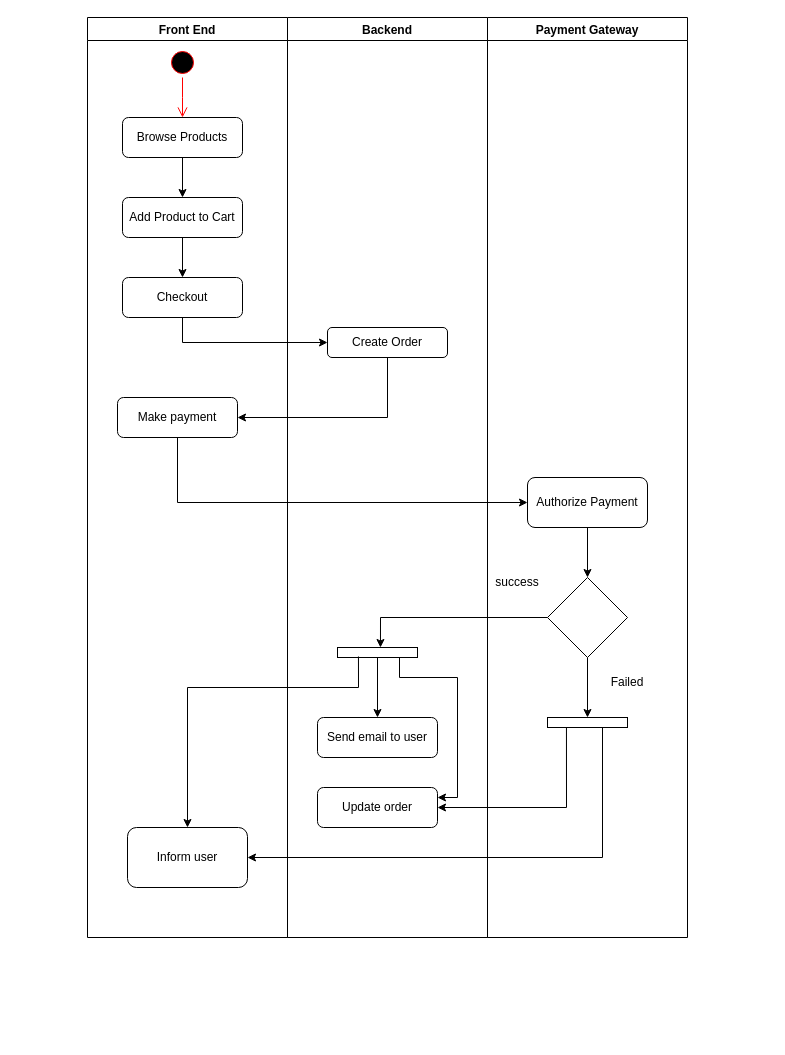
This is page "Activity Diagram" (2 of 2) of designs/ecommerce.drawio from JS-Hub-ZW/E-Commerce-ZW, a draw.io file, before an edit. Source tidied: cells renumbered, new cells numbered last; positions are measured from the earlier drawing's top-left corner, leaving out a move shared by most shapes. Both pictures are drawn from the tidied source at 100%, with x=0, y=0 at pixel (87, 17).
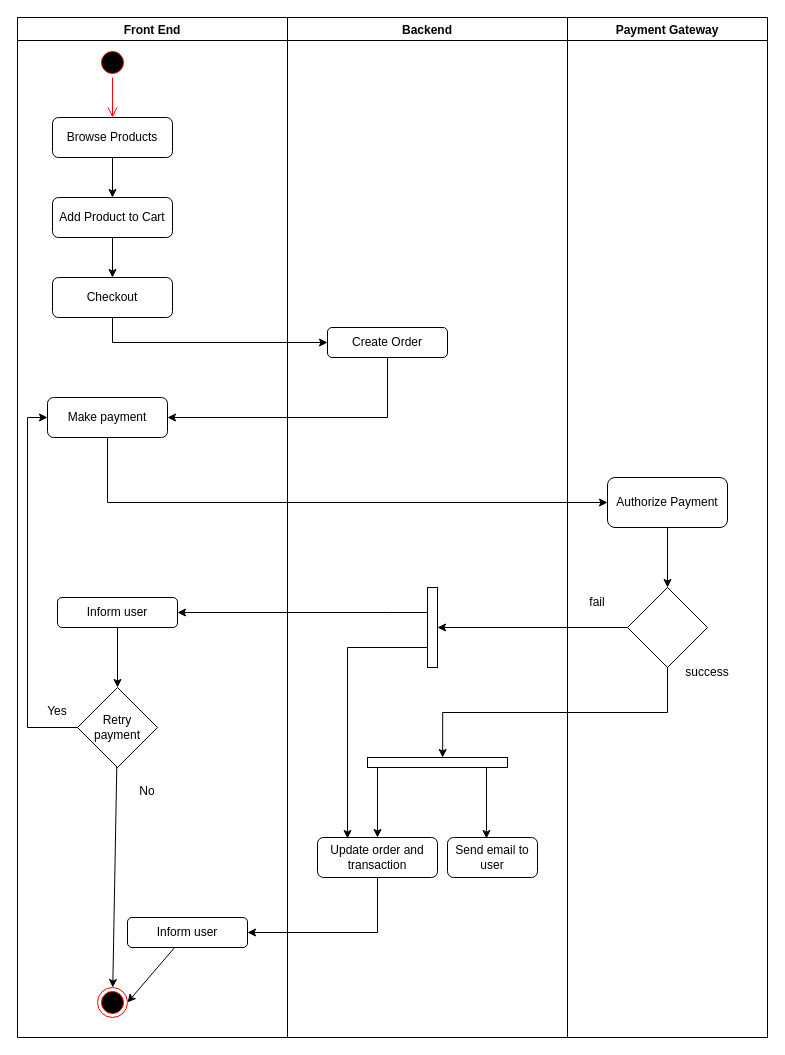
The same diagram, later.

Commit message:
Allow user to retry payment

Unchanged cells that the change refers to:
```xml
<mxCell id="10" value="Make payment" style="rounded=1;whiteSpace=wrap;html=1;sketch=0;" parent="2" vertex="1">
  <mxGeometry x="30" y="380" width="120" height="40" as="geometry" />
</mxCell>
```

What changed in the source:
```diff
@@
     <mxCell id="2" value="Front End" style="swimlane;sketch=0;startSize=23;" parent="1" vertex="1">
-      <mxGeometry width="200" height="920" as="geometry" />
+      <mxGeometry x="-70" width="270" height="1020" as="geometry" />
     </mxCell>
@@
-    <mxCell id="11" value="Inform user" style="rounded=1;whiteSpace=wrap;html=1;sketch=0;" parent="2" vertex="1">
-      <mxGeometry x="40" y="810" width="120" height="60" as="geometry" />
-    </mxCell>
+    <mxCell id="34" style="edgeStyle=orthogonalEdgeStyle;rounded=0;sketch=0;jettySize=auto;html=1;entryX=0.5;entryY=0;entryDx=0;entryDy=0;" parent="2" edge="1" source="35" target="38">
+      <mxGeometry relative="1" as="geometry" />
+    </mxCell>
+    <mxCell id="35" value="Inform user" style="rounded=1;whiteSpace=wrap;html=1;sketch=0;" parent="2" vertex="1">
+      <mxGeometry x="40" y="580" width="120" height="30" as="geometry" />
+    </mxCell>
+    <mxCell id="36" style="edgeStyle=orthogonalEdgeStyle;rounded=0;sketch=0;jettySize=auto;html=1;entryX=0;entryY=0.5;entryDx=0;entryDy=0;exitX=0;exitY=0.5;exitDx=0;exitDy=0;" parent="2" edge="1" source="38" target="10">
+      <mxGeometry relative="1" as="geometry" />
+    </mxCell>
+    <mxCell id="37" style="edgeStyle=none;rounded=0;sketch=0;jettySize=auto;html=1;" parent="2" edge="1" source="38" target="41">
+      <mxGeometry relative="1" as="geometry" />
+    </mxCell>
+    <mxCell id="38" value="Retry payment" style="rhombus;whiteSpace=wrap;html=1;sketch=0;" parent="2" vertex="1">
+      <mxGeometry x="60" y="670" width="80" height="80" as="geometry" />
+    </mxCell>
+    <mxCell id="39" style="rounded=0;sketch=0;jettySize=auto;html=1;entryX=1;entryY=0.5;entryDx=0;entryDy=0;" parent="2" edge="1" source="40" target="41">
+      <mxGeometry relative="1" as="geometry" />
+    </mxCell>
+    <mxCell id="40" value="Inform user" style="rounded=1;whiteSpace=wrap;html=1;sketch=0;" parent="2" vertex="1">
+      <mxGeometry x="110" y="900" width="120" height="30" as="geometry" />
+    </mxCell>
+    <mxCell id="41" style="ellipse;html=1;shape=endState;fillColor=#000000;strokeColor=#ff0000;sketch=0;" parent="2" vertex="1">
+      <mxGeometry x="80" y="970" width="30" height="30" as="geometry" />
+    </mxCell>
+    <mxCell id="42" value="No" style="text;align=center;fontStyle=0;verticalAlign=middle;spacingLeft=3;spacingRight=3;strokeColor=none;sketch=0;" parent="2" vertex="1">
+      <mxGeometry x="90" y="760" width="80" height="26" as="geometry" />
+    </mxCell>
+    <mxCell id="43" value="Yes" style="text;align=center;fontStyle=0;verticalAlign=middle;spacingLeft=3;spacingRight=3;strokeColor=none;sketch=0;" parent="2" vertex="1">
+      <mxGeometry y="680" width="80" height="26" as="geometry" />
+    </mxCell>
     <mxCell id="12" value="Backend" style="swimlane;sketch=0;" parent="1" vertex="1">
-      <mxGeometry x="200" width="200" height="920" as="geometry" />
+      <mxGeometry x="200" width="280" height="1020" as="geometry" />
     </mxCell>
@@
-    <mxCell id="14" value="Update order" style="rounded=1;whiteSpace=wrap;html=1;sketch=0;" parent="12" vertex="1">
-      <mxGeometry x="30" y="770" width="120" height="40" as="geometry" />
+    <mxCell id="14" value="Update order and transaction" style="rounded=1;whiteSpace=wrap;html=1;sketch=0;" parent="12" vertex="1">
+      <mxGeometry x="30" y="820" width="120" height="40" as="geometry" />
     </mxCell>
     <mxCell id="15" value="Send email to user" style="rounded=1;whiteSpace=wrap;html=1;sketch=0;" parent="12" vertex="1">
-      <mxGeometry x="30" y="700" width="120" height="40" as="geometry" />
+      <mxGeometry x="160" y="820" width="90" height="40" as="geometry" />
     </mxCell>
-    <mxCell id="16" style="edgeStyle=orthogonalEdgeStyle;rounded=0;sketch=0;jettySize=auto;html=1;" parent="12" edge="1" source="18" target="15">
-      <mxGeometry relative="1" as="geometry" />
-    </mxCell>
-    <mxCell id="17" style="edgeStyle=orthogonalEdgeStyle;rounded=0;sketch=0;jettySize=auto;html=1;entryX=1;entryY=0.25;entryDx=0;entryDy=0;exitX=1;exitY=0.225;exitDx=0;exitDy=0;exitPerimeter=0;" parent="12" edge="1" source="18" target="14">
-      <mxGeometry relative="1" as="geometry">
-        <Array as="points">
-          <mxPoint x="112" y="660" />
-          <mxPoint x="170" y="660" />
-          <mxPoint x="170" y="780" />
-        </Array>
-      </mxGeometry>
+    <mxCell id="17" style="edgeStyle=none;rounded=0;sketch=0;jettySize=auto;html=1;entryX=0.5;entryY=0;entryDx=0;entryDy=0;" parent="12" edge="1" source="18" target="14">
+      <mxGeometry relative="1" as="geometry" />
     </mxCell>
     <mxCell id="18" style="html=1;points=[];perimeter=orthogonalPerimeter;sketch=0;direction=south;" parent="12" vertex="1">
-      <mxGeometry x="50" y="630" width="80" height="10" as="geometry" />
+      <mxGeometry x="80" y="740" width="140" height="10" as="geometry" />
     </mxCell>
+    <mxCell id="44" style="edgeStyle=orthogonalEdgeStyle;rounded=0;sketch=0;jettySize=auto;html=1;" parent="12" edge="1" source="45">
+      <mxGeometry relative="1" as="geometry">
+        <mxPoint x="60" y="821" as="targetPoint" />
+        <Array as="points">
+          <mxPoint x="60" y="630" />
+          <mxPoint x="60" y="821" />
+        </Array>
+      </mxGeometry>
+    </mxCell>
+    <mxCell id="45" style="html=1;points=[];perimeter=orthogonalPerimeter;sketch=0;" parent="12" vertex="1">
+      <mxGeometry x="140" y="570" width="10" height="80" as="geometry" />
+    </mxCell>
+    <mxCell id="16" style="edgeStyle=none;rounded=0;sketch=0;jettySize=auto;html=1;entryX=0.433;entryY=0.025;entryDx=0;entryDy=0;entryPerimeter=0;" parent="12" edge="1" source="18" target="15">
+      <mxGeometry relative="1" as="geometry" />
+    </mxCell>
@@
     <mxCell id="20" value="Payment Gateway" style="swimlane;sketch=0;" parent="1" vertex="1">
-      <mxGeometry x="400" width="200" height="920" as="geometry" />
+      <mxGeometry x="480" width="200" height="1020" as="geometry" />
     </mxCell>
@@
-    <mxCell id="23" style="edgeStyle=orthogonalEdgeStyle;rounded=0;sketch=0;jettySize=auto;html=1;" parent="20" edge="1" source="24" target="26">
-      <mxGeometry relative="1" as="geometry" />
-    </mxCell>
     <mxCell id="24" style="rhombus;whiteSpace=wrap;html=1;sketch=0;" parent="20" vertex="1">
-      <mxGeometry x="60" y="560" width="80" height="80" as="geometry" />
+      <mxGeometry x="60" y="570" width="80" height="80" as="geometry" />
     </mxCell>
     <mxCell id="25" value="success" style="text;html=1;strokeColor=none;fillColor=none;align=center;verticalAlign=middle;whiteSpace=wrap;rounded=0;sketch=0;" parent="20" vertex="1">
-      <mxGeometry y="550" width="60" height="30" as="geometry" />
+      <mxGeometry x="110" y="640" width="60" height="30" as="geometry" />
     </mxCell>
-    <mxCell id="26" style="html=1;points=[];perimeter=orthogonalPerimeter;sketch=0;direction=south;" parent="20" vertex="1">
-      <mxGeometry x="60" y="700" width="80" height="10" as="geometry" />
-    </mxCell>
-    <mxCell id="27" value="Failed" style="text;html=1;strokeColor=none;fillColor=none;align=center;verticalAlign=middle;whiteSpace=wrap;rounded=0;sketch=0;" parent="20" vertex="1">
-      <mxGeometry x="110" y="650" width="60" height="30" as="geometry" />
-    </mxCell>
+    <mxCell id="46" value="fail" style="text;html=1;strokeColor=none;fillColor=none;align=center;verticalAlign=middle;whiteSpace=wrap;rounded=0;sketch=0;" parent="20" vertex="1">
+      <mxGeometry y="570" width="60" height="30" as="geometry" />
+    </mxCell>
@@
-    <mxCell id="29" style="edgeStyle=orthogonalEdgeStyle;rounded=0;sketch=0;jettySize=auto;html=1;entryX=1;entryY=0.5;entryDx=0;entryDy=0;exitX=1;exitY=0.763;exitDx=0;exitDy=0;exitPerimeter=0;" parent="1" edge="1" source="26" target="14">
-      <mxGeometry relative="1" as="geometry" />
-    </mxCell>
-    <mxCell id="30" style="edgeStyle=orthogonalEdgeStyle;rounded=0;sketch=0;jettySize=auto;html=1;entryX=1;entryY=0.5;entryDx=0;entryDy=0;" parent="1" edge="1" source="26" target="11">
-      <mxGeometry relative="1" as="geometry">
-        <Array as="points">
-          <mxPoint x="515" y="840" />
-        </Array>
-      </mxGeometry>
-    </mxCell>
@@
-    <mxCell id="32" style="edgeStyle=orthogonalEdgeStyle;rounded=0;sketch=0;jettySize=auto;html=1;entryX=0;entryY=0.463;entryDx=0;entryDy=0;entryPerimeter=0;" parent="1" edge="1" source="24" target="18">
+    <mxCell id="32" style="edgeStyle=orthogonalEdgeStyle;rounded=0;sketch=0;jettySize=auto;html=1;entryX=0;entryY=0.463;entryDx=0;entryDy=0;entryPerimeter=0;exitX=0.5;exitY=1;exitDx=0;exitDy=0;" parent="1" edge="1" source="24" target="18">
       <mxGeometry relative="1" as="geometry" />
     </mxCell>
-    <mxCell id="33" style="edgeStyle=orthogonalEdgeStyle;rounded=0;sketch=0;jettySize=auto;html=1;entryX=0.5;entryY=0;entryDx=0;entryDy=0;exitX=0.9;exitY=0.738;exitDx=0;exitDy=0;exitPerimeter=0;" parent="1" edge="1" source="18" target="11">
-      <mxGeometry relative="1" as="geometry">
-        <Array as="points">
-          <mxPoint x="271" y="670" />
-          <mxPoint x="100" y="670" />
-        </Array>
-      </mxGeometry>
-    </mxCell>
+    <mxCell id="47" style="edgeStyle=orthogonalEdgeStyle;rounded=0;sketch=0;jettySize=auto;html=1;" parent="1" edge="1" source="24" target="45">
+      <mxGeometry relative="1" as="geometry" />
+    </mxCell>
+    <mxCell id="48" style="edgeStyle=orthogonalEdgeStyle;rounded=0;sketch=0;jettySize=auto;html=1;entryX=1;entryY=0.5;entryDx=0;entryDy=0;" parent="1" edge="1" source="45" target="35">
+      <mxGeometry relative="1" as="geometry">
+        <Array as="points">
+          <mxPoint x="300" y="595" />
+          <mxPoint x="300" y="595" />
+        </Array>
+      </mxGeometry>
+    </mxCell>
+    <mxCell id="49" style="edgeStyle=orthogonalEdgeStyle;rounded=0;sketch=0;jettySize=auto;html=1;entryX=1;entryY=0.5;entryDx=0;entryDy=0;exitX=0.5;exitY=1;exitDx=0;exitDy=0;" parent="1" edge="1" source="14" target="40">
+      <mxGeometry relative="1" as="geometry" />
+    </mxCell>
```
